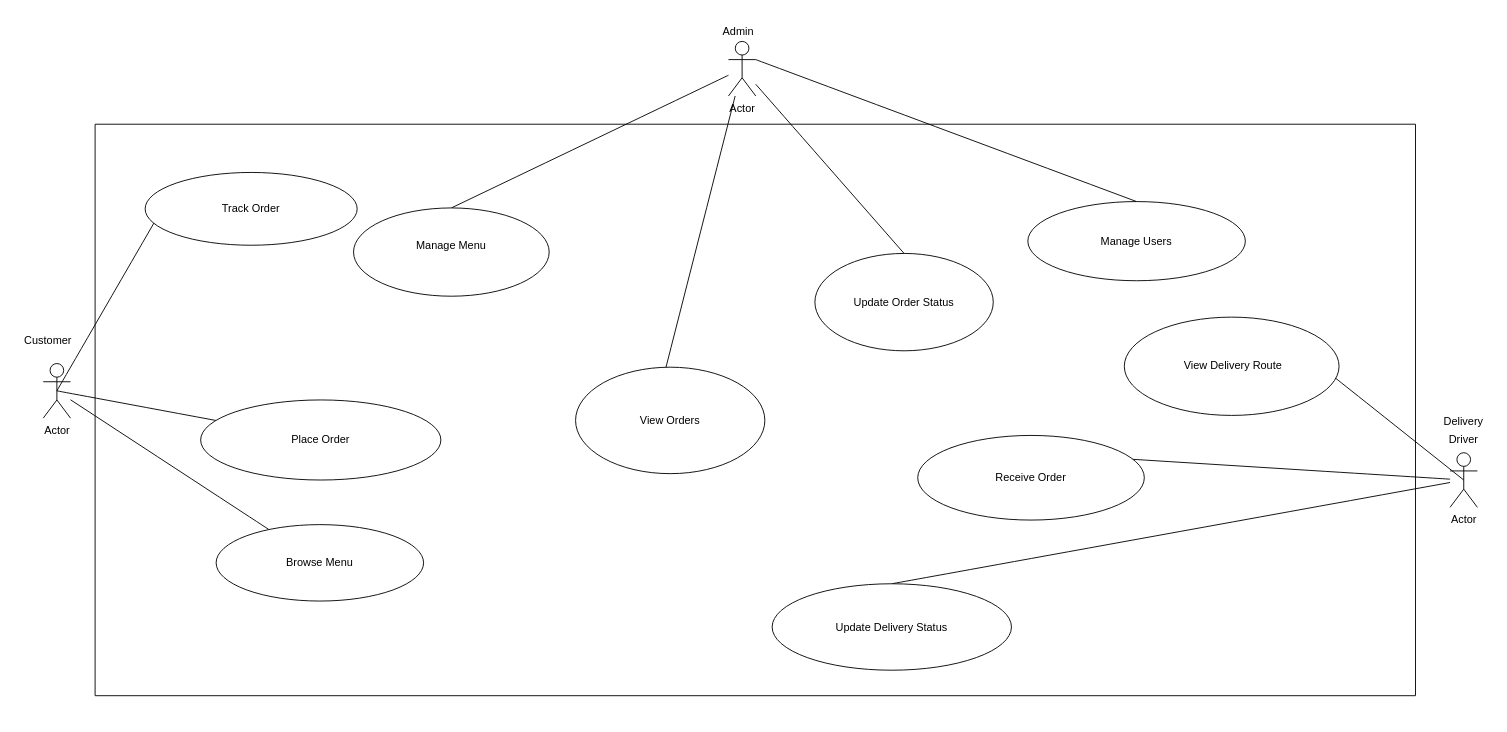
Earlier version of the draw.io diagram page "Page-1" (1 of 2) of food_hub.drawio (Enamya1/delivery_hub). Source tidied: cells renumbered, new cells numbered last; positions are measured from the earlier drawing's top-left corner, leaving out a move shared by most shapes. Both pictures are drawn from the tidied source at 91%, with x=0, y=0 at pixel (15, 15).
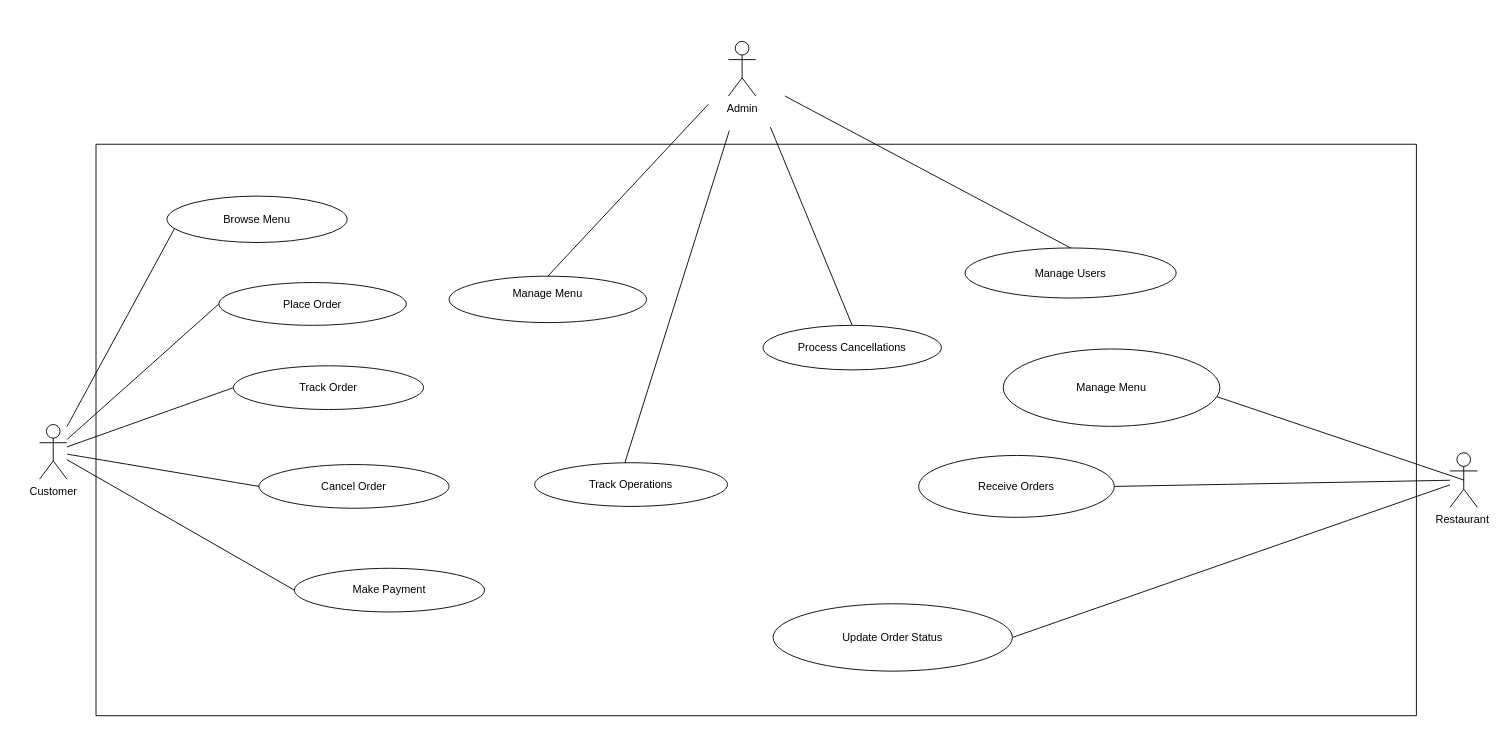
The same page after the edit.

The edit, as a diff of the source:
```diff
@@
-    <mxCell id="2" value="Actor" style="shape=umlActor;verticalLabelPosition=bottom;verticalAlign=top;html=1;outlineConnect=0;" parent="1" vertex="1">
-      <mxGeometry x="30" y="382" width="30" height="60" as="geometry" />
+    <mxCell id="2" value="&lt;span style=&quot;text-wrap: wrap;&quot;&gt;Customer&lt;/span&gt;" style="shape=umlActor;verticalLabelPosition=bottom;verticalAlign=top;html=1;outlineConnect=0;" parent="1" vertex="1">
+      <mxGeometry x="26" y="449" width="30" height="60" as="geometry" />
     </mxCell>
-    <mxCell id="3" value="&lt;span style=&quot;font-size: 12px; text-wrap: wrap;&quot;&gt;Customer&lt;/span&gt;" style="text;html=1;align=center;verticalAlign=middle;strokeColor=none;fillColor=none;fontSize=16;" parent="1" vertex="1">
-      <mxGeometry y="339" width="70" height="31" as="geometry" />
-    </mxCell>
-    <mxCell id="4" value="Actor" style="shape=umlActor;verticalLabelPosition=bottom;verticalAlign=top;html=1;outlineConnect=0;" parent="1" vertex="1">
+    <mxCell id="4" value="Admin&lt;div&gt;&lt;br&gt;&lt;/div&gt;" style="shape=umlActor;verticalLabelPosition=bottom;verticalAlign=top;html=1;outlineConnect=0;" parent="1" vertex="1">
       <mxGeometry x="783" y="28" width="30" height="60" as="geometry" />
     </mxCell>
-    <mxCell id="5" value="&lt;span style=&quot;font-size: 12px;&quot;&gt;Admin&lt;/span&gt;" style="text;html=1;align=center;verticalAlign=middle;whiteSpace=wrap;rounded=0;fontSize=16;" parent="1" vertex="1">
-      <mxGeometry x="764" width="60" height="30" as="geometry" />
-    </mxCell>
-    <mxCell id="6" value="Actor" style="shape=umlActor;verticalLabelPosition=bottom;verticalAlign=top;html=1;outlineConnect=0;" parent="1" vertex="1">
+    <mxCell id="6" value="Restaurant&amp;nbsp;" style="shape=umlActor;verticalLabelPosition=bottom;verticalAlign=top;html=1;outlineConnect=0;" parent="1" vertex="1">
       <mxGeometry x="1576" y="480" width="30" height="60" as="geometry" />
     </mxCell>
-    <mxCell id="7" value="&lt;span style=&quot;font-size: 12px;&quot;&gt;Delivery Driver&lt;/span&gt;" style="text;html=1;align=center;verticalAlign=middle;whiteSpace=wrap;rounded=0;fontSize=16;" parent="1" vertex="1">
-      <mxGeometry x="1561" y="439" width="60" height="30" as="geometry" />
-    </mxCell>
-    <mxCell id="8" style="endArrow=none;html=1;rounded=0;fontSize=12;startSize=8;endSize=8;curved=1;exitX=0.5;exitY=0.5;exitDx=0;exitDy=0;exitPerimeter=0;" parent="1" edge="1" source="2" target="23">
+    <mxCell id="8" style="endArrow=none;html=1;rounded=0;fontSize=12;startSize=8;endSize=8;curved=1;entryX=0;entryY=0.5;entryDx=0;entryDy=0;" parent="1" edge="1" source="2" target="23">
       <mxGeometry relative="1" as="geometry" />
     </mxCell>
-    <mxCell id="9" style="endArrow=none;html=1;rounded=0;fontSize=12;startSize=8;endSize=8;curved=1;" parent="1" edge="1" source="24" target="2">
+    <mxCell id="9" style="endArrow=none;html=1;rounded=0;fontSize=12;startSize=8;endSize=8;curved=1;exitX=0;exitY=0.5;exitDx=0;exitDy=0;" parent="1" edge="1" source="24" target="2">
       <mxGeometry relative="1" as="geometry" />
     </mxCell>
-    <mxCell id="10" style="endArrow=none;html=1;rounded=0;fontSize=12;startSize=8;endSize=8;curved=1;exitX=0.5;exitY=0.5;exitDx=0;exitDy=0;exitPerimeter=0;entryX=0.045;entryY=0.677;entryDx=0;entryDy=0;entryPerimeter=0;" parent="1" edge="1" source="2" target="22">
+    <mxCell id="10" style="endArrow=none;html=1;rounded=0;fontSize=12;startSize=8;endSize=8;curved=1;entryX=0.045;entryY=0.677;entryDx=0;entryDy=0;entryPerimeter=0;" parent="1" edge="1" source="2" target="22">
       <mxGeometry relative="1" as="geometry" />
     </mxCell>
-    <mxCell id="11" style="endArrow=none;html=1;rounded=0;fontSize=12;startSize=8;endSize=8;curved=1;entryX=0.5;entryY=0;entryDx=0;entryDy=0;" parent="1" edge="1" source="4" target="20">
-      <mxGeometry relative="1" as="geometry" />
+    <mxCell id="11" style="endArrow=none;html=1;rounded=0;fontSize=12;startSize=8;endSize=8;curved=1;entryX=0.5;entryY=0;entryDx=0;entryDy=0;" parent="1" edge="1" target="20">
+      <mxGeometry relative="1" as="geometry">
+        <mxPoint x="761" y="97" as="sourcePoint" />
+      </mxGeometry>
     </mxCell>
-    <mxCell id="12" style="endArrow=none;html=1;rounded=0;fontSize=12;startSize=8;endSize=8;curved=1;entryX=0.458;entryY=0.138;entryDx=0;entryDy=0;entryPerimeter=0;" parent="1" edge="1" source="4" target="19">
-      <mxGeometry relative="1" as="geometry" />
+    <mxCell id="12" style="endArrow=none;html=1;rounded=0;fontSize=12;startSize=8;endSize=8;curved=1;entryX=0.458;entryY=0.138;entryDx=0;entryDy=0;entryPerimeter=0;" parent="1" edge="1" target="19">
+      <mxGeometry relative="1" as="geometry">
+        <mxPoint x="784" y="126" as="sourcePoint" />
+      </mxGeometry>
     </mxCell>
-    <mxCell id="13" style="endArrow=none;html=1;rounded=0;fontSize=12;startSize=8;endSize=8;curved=1;entryX=0.5;entryY=0;entryDx=0;entryDy=0;" parent="1" edge="1" source="4" target="18">
-      <mxGeometry relative="1" as="geometry" />
+    <mxCell id="13" style="endArrow=none;html=1;rounded=0;fontSize=12;startSize=8;endSize=8;curved=1;entryX=0.5;entryY=0;entryDx=0;entryDy=0;" parent="1" edge="1" target="18">
+      <mxGeometry relative="1" as="geometry">
+        <mxPoint x="829" y="122" as="sourcePoint" />
+      </mxGeometry>
     </mxCell>
-    <mxCell id="14" style="endArrow=none;html=1;rounded=0;fontSize=12;startSize=8;endSize=8;curved=1;exitX=0.5;exitY=0;exitDx=0;exitDy=0;" parent="1" edge="1" source="27" target="6">
+    <mxCell id="14" style="endArrow=none;html=1;rounded=0;fontSize=12;startSize=8;endSize=8;curved=1;exitX=1;exitY=0.5;exitDx=0;exitDy=0;" parent="1" edge="1" source="27" target="6">
       <mxGeometry relative="1" as="geometry" />
     </mxCell>
-    <mxCell id="15" style="endArrow=none;html=1;rounded=0;fontSize=12;startSize=8;endSize=8;curved=1;entryX=0;entryY=0;entryDx=0;entryDy=0;" parent="1" edge="1" source="6" target="26">
+    <mxCell id="15" style="endArrow=none;html=1;rounded=0;fontSize=12;startSize=8;endSize=8;curved=1;entryX=1;entryY=0.5;entryDx=0;entryDy=0;" parent="1" edge="1" source="6" target="26">
       <mxGeometry relative="1" as="geometry" />
     </mxCell>
@@
     <mxCell id="17" style="swimlane;startSize=0;" parent="1" vertex="1">
-      <mxGeometry x="87" y="119" width="1451" height="628" as="geometry" />
+      <mxGeometry x="88" y="141" width="1451" height="628" as="geometry" />
     </mxCell>
-    <mxCell id="18" value="Update Order Status" style="ellipse;whiteSpace=wrap;html=1;" parent="17" vertex="1">
-      <mxGeometry x="791" y="142" width="196" height="107" as="geometry" />
+    <mxCell id="18" value="Process Cancellations" style="ellipse;whiteSpace=wrap;html=1;" parent="17" vertex="1">
+      <mxGeometry x="733" y="199" width="196" height="49" as="geometry" />
     </mxCell>
-    <mxCell id="19" value="View Orders" style="ellipse;whiteSpace=wrap;html=1;" parent="17" vertex="1">
-      <mxGeometry x="528" y="267" width="208" height="117" as="geometry" />
+    <mxCell id="19" value="Track Operations" style="ellipse;whiteSpace=wrap;html=1;" parent="17" vertex="1">
+      <mxGeometry x="482" y="350" width="212" height="48" as="geometry" />
     </mxCell>
     <mxCell id="20" value="&#10;Manage Menu&#10;&#10;" style="ellipse;whiteSpace=wrap;html=1;" parent="17" vertex="1">
-      <mxGeometry x="284" y="92" width="215" height="97" as="geometry" />
+      <mxGeometry x="388" y="145" width="217" height="51" as="geometry" />
     </mxCell>
     <mxCell id="21" value="Manage Users" style="ellipse;whiteSpace=wrap;html=1;" parent="17" vertex="1">
-      <mxGeometry x="1025" y="85" width="239" height="87" as="geometry" />
+      <mxGeometry x="955" y="114" width="232" height="55" as="geometry" />
     </mxCell>
-    <mxCell id="22" value="Track Order" style="ellipse;whiteSpace=wrap;html=1;" parent="17" vertex="1">
-      <mxGeometry x="55" y="53" width="233" height="80" as="geometry" />
+    <mxCell id="22" value="Browse Menu" style="ellipse;whiteSpace=wrap;html=1;" parent="17" vertex="1">
+      <mxGeometry x="78" y="57" width="198" height="51" as="geometry" />
     </mxCell>
     <mxCell id="23" value="Place Order" style="ellipse;whiteSpace=wrap;html=1;" parent="17" vertex="1">
-      <mxGeometry x="116" y="303" width="264" height="88" as="geometry" />
+      <mxGeometry x="135" y="152" width="206" height="47" as="geometry" />
     </mxCell>
-    <mxCell id="24" value="Browse Menu" style="ellipse;whiteSpace=wrap;html=1;" parent="17" vertex="1">
-      <mxGeometry x="133" y="440" width="228" height="84" as="geometry" />
+    <mxCell id="24" value="Track Order" style="ellipse;whiteSpace=wrap;html=1;" parent="17" vertex="1">
+      <mxGeometry x="151" y="243.5" width="209" height="48" as="geometry" />
     </mxCell>
-    <mxCell id="25" value="&amp;nbsp;View Delivery Route" style="ellipse;whiteSpace=wrap;html=1;" parent="17" vertex="1">
-      <mxGeometry x="1131" y="212" width="236" height="108" as="geometry" />
+    <mxCell id="25" value="Manage Menu" style="ellipse;whiteSpace=wrap;html=1;" parent="17" vertex="1">
+      <mxGeometry x="997" y="225" width="238" height="85" as="geometry" />
     </mxCell>
-    <mxCell id="26" value="Receive Order" style="ellipse;whiteSpace=wrap;html=1;" parent="17" vertex="1">
-      <mxGeometry x="904" y="342" width="249" height="93" as="geometry" />
+    <mxCell id="26" value="Receive Orders" style="ellipse;whiteSpace=wrap;html=1;" parent="17" vertex="1">
+      <mxGeometry x="904" y="342" width="215" height="68" as="geometry" />
     </mxCell>
-    <mxCell id="27" value="Update Delivery Status" style="ellipse;whiteSpace=wrap;html=1;" parent="17" vertex="1">
-      <mxGeometry x="744" y="505" width="263" height="95" as="geometry" />
+    <mxCell id="27" value="Update Order Status" style="ellipse;whiteSpace=wrap;html=1;" parent="17" vertex="1">
+      <mxGeometry x="744" y="505" width="263" height="74" as="geometry" />
     </mxCell>
+    <mxCell id="29" value="Cancel Order" style="ellipse;whiteSpace=wrap;html=1;" parent="17" vertex="1">
+      <mxGeometry x="179" y="352" width="209" height="48" as="geometry" />
+    </mxCell>
+    <mxCell id="30" value="Make Payment" style="ellipse;whiteSpace=wrap;html=1;" parent="17" vertex="1">
+      <mxGeometry x="218" y="466" width="209" height="48" as="geometry" />
+    </mxCell>
-    <mxCell id="28" style="endArrow=none;html=1;rounded=0;fontSize=12;startSize=8;endSize=8;curved=1;entryX=0.5;entryY=0;entryDx=0;entryDy=0;exitX=1;exitY=0.3333333333333333;exitDx=0;exitDy=0;exitPerimeter=0;" parent="1" edge="1" source="4" target="21">
-      <mxGeometry relative="1" as="geometry" />
+    <mxCell id="28" style="endArrow=none;html=1;rounded=0;fontSize=12;startSize=8;endSize=8;curved=1;entryX=0.5;entryY=0;entryDx=0;entryDy=0;" parent="1" edge="1" target="21">
+      <mxGeometry relative="1" as="geometry">
+        <mxPoint x="845" y="88" as="sourcePoint" />
+      </mxGeometry>
     </mxCell>
+    <mxCell id="31" style="endArrow=none;html=1;rounded=0;fontSize=12;startSize=8;endSize=8;curved=1;entryX=0;entryY=0.5;entryDx=0;entryDy=0;" parent="1" edge="1" source="2" target="30">
+      <mxGeometry relative="1" as="geometry" />
+    </mxCell>
+    <mxCell id="32" style="endArrow=none;html=1;rounded=0;fontSize=12;startSize=8;endSize=8;curved=1;entryX=0;entryY=0.5;entryDx=0;entryDy=0;" parent="1" edge="1" source="2" target="29">
+      <mxGeometry relative="1" as="geometry" />
+    </mxCell>
```
